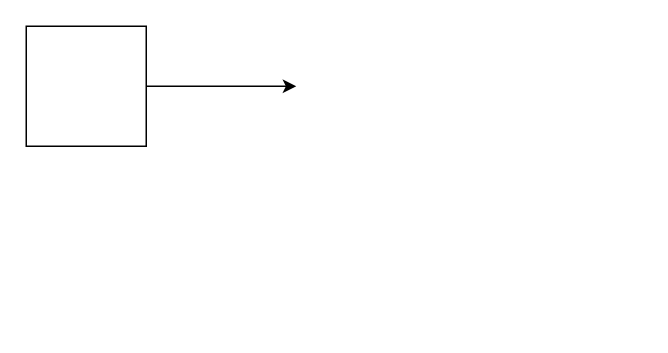
Above: 信息流.drawio in dancheng0/DrawioRepo (draw.io), before the change. Source tidied: cells renumbered, new cells numbered last; positions are measured from the earlier drawing's top-left corner, leaving out a move shared by most shapes. Both pictures are drawn from the tidied source at 150%, with x=0, y=0 at pixel (26, 26).
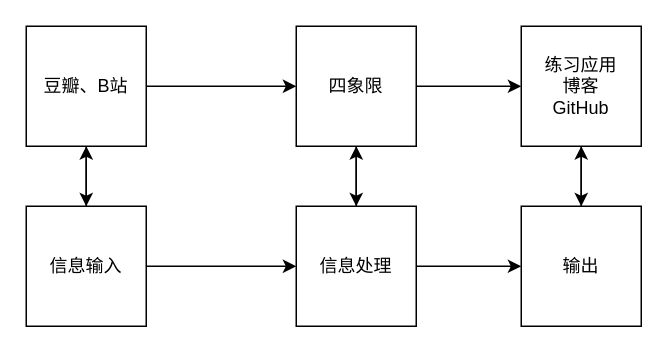
After the change.

Commit message:
更新信息流.drawio

Diff of the diagram source:
```diff
@@
+    <mxCell id="4" style="edgeStyle=orthogonalEdgeStyle;rounded=0;jettySize=auto;html=1;exitX=0.5;exitY=1;exitDx=0;exitDy=0;entryX=0.5;entryY=0;entryDx=0;entryDy=0;" parent="1" edge="1" source="3" target="12">
+      <mxGeometry relative="1" as="geometry">
+        <Array as="points">
+          <mxPoint x="40" y="90" />
+          <mxPoint x="40" y="90" />
+        </Array>
+      </mxGeometry>
+    </mxCell>
-    <mxCell id="3" style="whiteSpace=wrap;html=1;" parent="1" vertex="1">
+    <mxCell id="3" value="豆瓣、B站" style="whiteSpace=wrap;html=1;" parent="1" vertex="1">
       <mxGeometry width="80" height="80" as="geometry" />
     </mxCell>
+    <mxCell id="5" style="edgeStyle=orthogonalEdgeStyle;rounded=0;jettySize=auto;html=1;exitX=1;exitY=0.5;exitDx=0;exitDy=0;entryX=0;entryY=0.5;entryDx=0;entryDy=0;" parent="1" edge="1" source="7" target="9">
+      <mxGeometry relative="1" as="geometry" />
+    </mxCell>
+    <mxCell id="6" style="edgeStyle=orthogonalEdgeStyle;rounded=0;jettySize=auto;html=1;exitX=0.5;exitY=1;exitDx=0;exitDy=0;" parent="1" edge="1" source="7">
+      <mxGeometry relative="1" as="geometry">
+        <mxPoint x="220" y="120" as="targetPoint" />
+      </mxGeometry>
+    </mxCell>
+    <mxCell id="7" value="四象限" style="whiteSpace=wrap;html=1;" parent="1" vertex="1">
+      <mxGeometry x="180" width="80" height="80" as="geometry" />
+    </mxCell>
+    <mxCell id="8" style="edgeStyle=orthogonalEdgeStyle;rounded=0;jettySize=auto;html=1;exitX=0.5;exitY=1;exitDx=0;exitDy=0;" parent="1" edge="1" source="9">
+      <mxGeometry relative="1" as="geometry">
+        <mxPoint x="370" y="120" as="targetPoint" />
+      </mxGeometry>
+    </mxCell>
+    <mxCell id="9" value="&lt;div class=&quot;mind-clipboard&quot;&gt;练习应用&lt;div&gt;博客&lt;/div&gt;&lt;div&gt;GitHub&lt;/div&gt;&lt;/div&gt;" style="whiteSpace=wrap;html=1;" parent="1" vertex="1">
+      <mxGeometry x="330" width="80" height="80" as="geometry" />
+    </mxCell>
+    <mxCell id="10" style="edgeStyle=orthogonalEdgeStyle;rounded=0;jettySize=auto;html=1;exitX=1;exitY=0.5;exitDx=0;exitDy=0;" parent="1" edge="1" source="12">
+      <mxGeometry relative="1" as="geometry">
+        <mxPoint x="180" y="160" as="targetPoint" />
+      </mxGeometry>
+    </mxCell>
+    <mxCell id="11" style="edgeStyle=orthogonalEdgeStyle;rounded=0;jettySize=auto;html=1;exitX=0.5;exitY=0;exitDx=0;exitDy=0;entryX=0.5;entryY=1;entryDx=0;entryDy=0;" parent="1" edge="1" source="12" target="3">
+      <mxGeometry relative="1" as="geometry" />
+    </mxCell>
+    <mxCell id="12" value="信息输入" style="whiteSpace=wrap;html=1;" parent="1" vertex="1">
+      <mxGeometry y="120" width="80" height="80" as="geometry" />
+    </mxCell>
+    <mxCell id="13" style="edgeStyle=orthogonalEdgeStyle;rounded=0;jettySize=auto;html=1;exitX=1;exitY=0.5;exitDx=0;exitDy=0;entryX=0;entryY=0.5;entryDx=0;entryDy=0;" parent="1" edge="1" source="15" target="17">
+      <mxGeometry relative="1" as="geometry" />
+    </mxCell>
+    <mxCell id="14" style="edgeStyle=orthogonalEdgeStyle;rounded=0;jettySize=auto;html=1;exitX=0.5;exitY=0;exitDx=0;exitDy=0;entryX=0.5;entryY=1;entryDx=0;entryDy=0;" parent="1" edge="1" source="15" target="7">
+      <mxGeometry relative="1" as="geometry" />
+    </mxCell>
+    <mxCell id="15" value="信息处理" style="whiteSpace=wrap;html=1;" parent="1" vertex="1">
+      <mxGeometry x="180" y="120" width="80" height="80" as="geometry" />
+    </mxCell>
+    <mxCell id="16" style="edgeStyle=orthogonalEdgeStyle;rounded=0;jettySize=auto;html=1;exitX=0.5;exitY=0;exitDx=0;exitDy=0;entryX=0.5;entryY=1;entryDx=0;entryDy=0;" parent="1" edge="1" source="17" target="9">
+      <mxGeometry relative="1" as="geometry" />
+    </mxCell>
+    <mxCell id="17" value="&lt;div class=&quot;mind-clipboard&quot;&gt;输出&lt;/div&gt;" style="whiteSpace=wrap;html=1;" parent="1" vertex="1">
+      <mxGeometry x="330" y="120" width="80" height="80" as="geometry" />
+    </mxCell>
```
